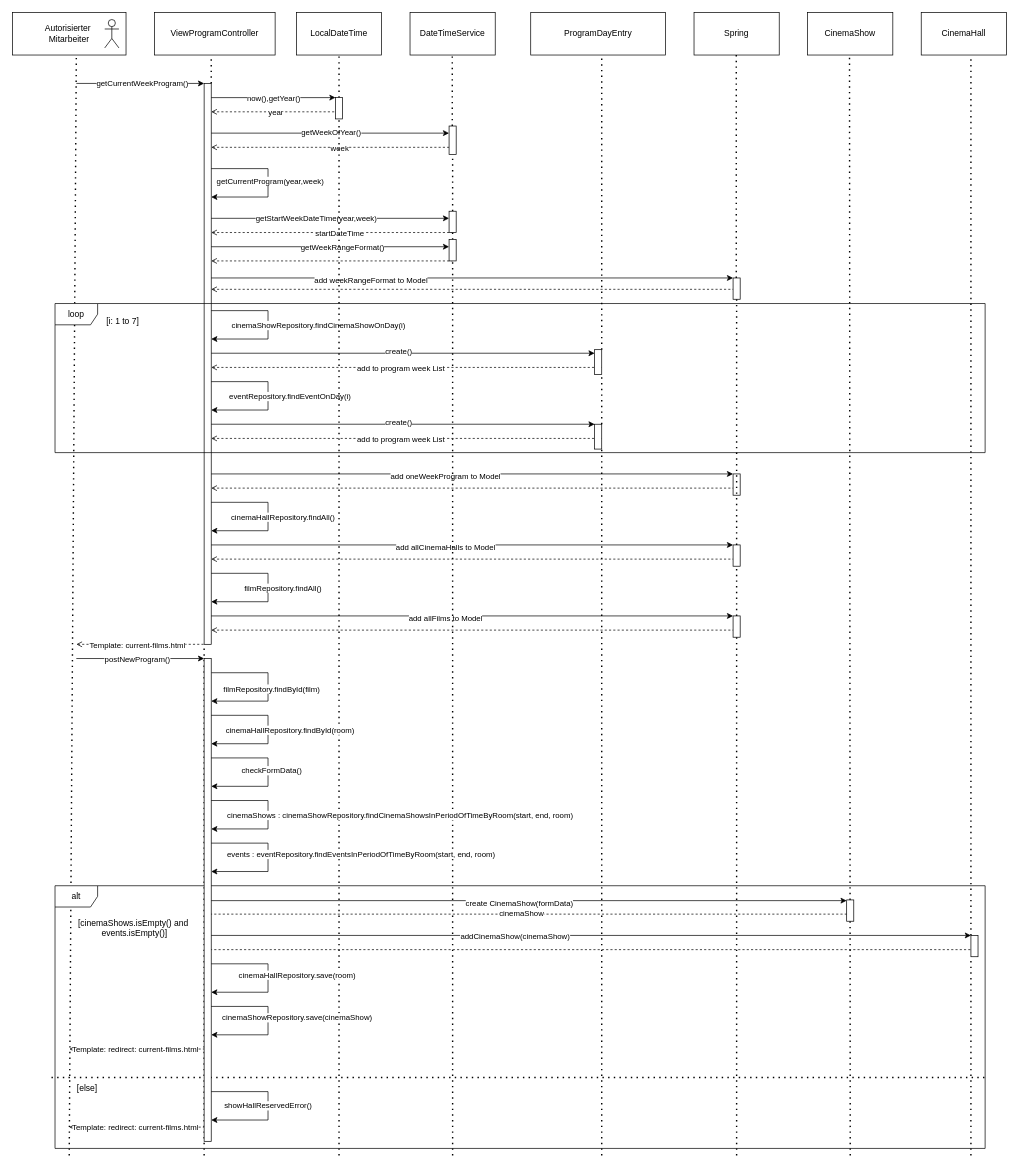
Earlier version of the draw.io diagram src/main/asciidoc/models/design/Verwaltungssystem/verwaltung_sequenz_program.drawio (Leonard0108/Anwendungsprogrammierung). Source tidied: cells renumbered, new cells numbered last; positions are measured from the earlier drawing's top-left corner, leaving out a move shared by most shapes. Both pictures are drawn from the tidied source at 71%, with x=0, y=0 at pixel (12, 12).
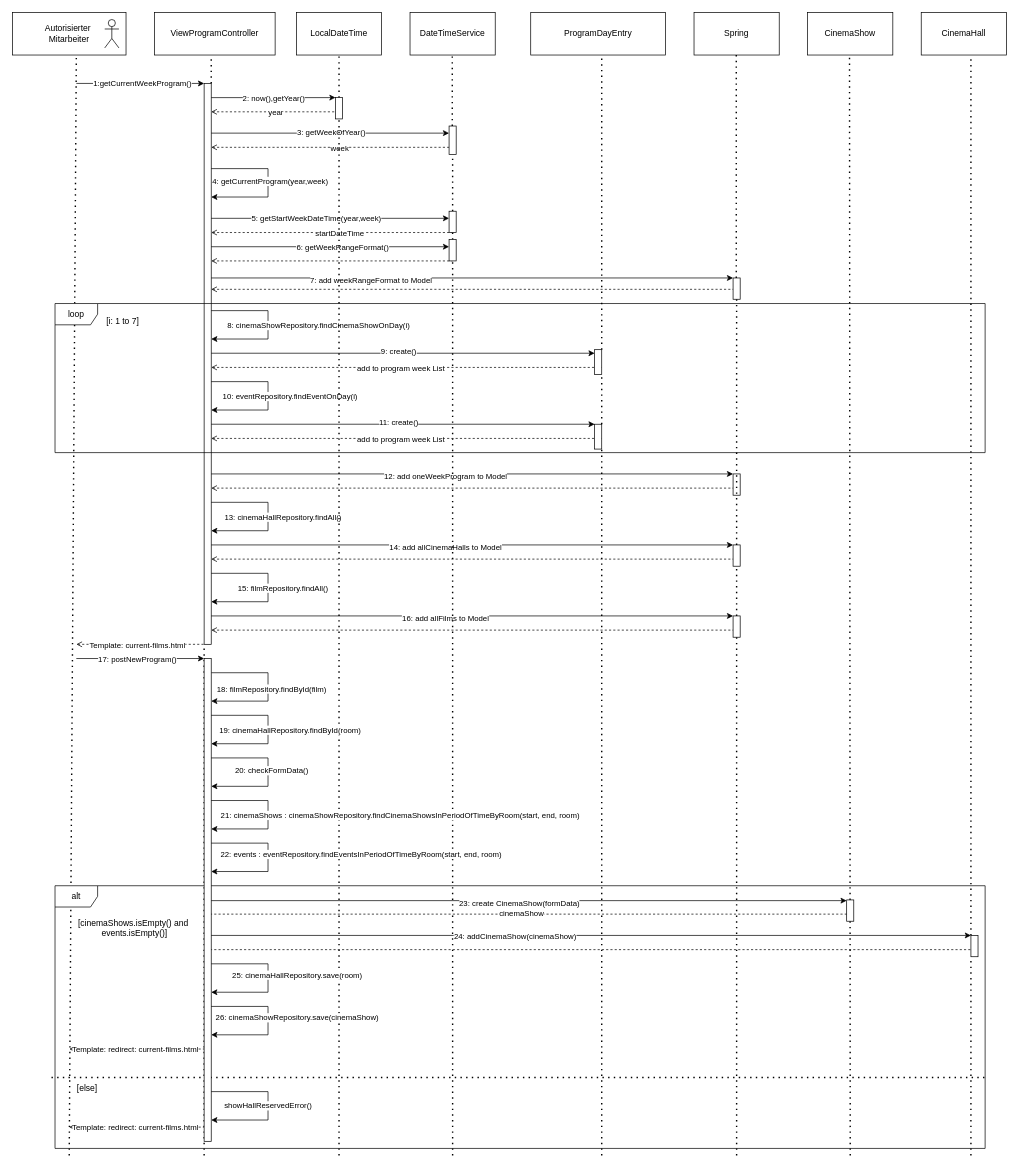
Above is the later version.

Commit message (it also covers changes not shown here):
verwaltungssystem sequenzdiagramme angepasst

Unchanged cells that the change refers to:
```xml
<mxCell id="13" style="endArrow=classic;html=1;rounded=0;" parent="1" edge="1" target="16">
<mxCell id="19" style="endArrow=classic;html=1;rounded=0;" parent="1" edge="1" target="63">
<mxCell id="23" style="endArrow=classic;html=1;rounded=0;" parent="1" edge="1" target="65">
<mxCell id="27" style="endArrow=classic;html=1;rounded=0;" parent="1" edge="1" target="16">
<mxCell id="29" style="endArrow=classic;html=1;rounded=0;" parent="1" edge="1" target="67">
<mxCell id="33" style="endArrow=classic;html=1;rounded=0;" parent="1" edge="1" target="69">
<mxCell id="36" style="endArrow=classic;html=1;rounded=0;" parent="1" edge="1" target="128">
<mxCell id="41" style="endArrow=classic;html=1;rounded=0;" parent="1" edge="1" target="16">
<mxCell id="43" style="endArrow=classic;html=1;rounded=0;" parent="1" edge="1" target="119">
<mxCell id="45" style="endArrow=classic;html=1;rounded=0;" parent="1" edge="1">
<mxCell id="48" style="endArrow=classic;html=1;rounded=0;" parent="1" edge="1">
<mxCell id="50" style="endArrow=classic;html=1;rounded=0;" parent="1" edge="1" target="121">
<mxCell id="53" style="endArrow=classic;html=1;rounded=0;" parent="1" edge="1">
<mxCell id="55" style="endArrow=classic;html=1;rounded=0;" parent="1" edge="1" target="123">
<mxCell id="60" style="endArrow=classic;html=1;rounded=0;" parent="1" edge="1">
<mxCell id="70" style="endArrow=classic;html=1;rounded=0;" parent="1" edge="1" target="116">
<mxCell id="74" style="endArrow=classic;html=1;rounded=0;" parent="1" edge="1" target="118">
<mxCell id="78" style="endArrow=classic;html=1;rounded=0;" parent="1" edge="1" target="114">
<mxCell id="80" style="endArrow=classic;html=1;rounded=0;" parent="1" edge="1" source="114" target="114">
<mxCell id="82" style="endArrow=classic;html=1;rounded=0;" parent="1" edge="1" target="114">
<mxCell id="84" style="endArrow=classic;html=1;rounded=0;" parent="1" edge="1" target="114">
<mxCell id="86" style="endArrow=classic;html=1;rounded=0;" parent="1" edge="1" target="114">
<mxCell id="90" style="endArrow=classic;html=1;rounded=0;" parent="1" edge="1" target="124">
<mxCell id="96" style="endArrow=classic;html=1;rounded=0;" parent="1" edge="1" target="126">
<mxCell id="99" style="endArrow=classic;html=1;rounded=0;" parent="1" edge="1" target="114">
<mxCell id="101" style="endArrow=classic;html=1;rounded=0;" parent="1" edge="1" target="114">
```

Diff of the diagram source:
```diff
@@
-    <mxCell id="14" value="getCurrentWeekProgram()" style="edgeLabel;html=1;align=center;verticalAlign=middle;" parent="13" vertex="1">
+    <mxCell id="14" value="1:getCurrentWeekProgram()" style="edgeLabel;html=1;align=center;verticalAlign=middle;" parent="13" vertex="1">
       <mxGeometry x="0.02" y="1" relative="1" as="geometry" />
     </mxCell>
@@
-    <mxCell id="20" value="now(),getYear()" style="edgeLabel;html=1;align=center;verticalAlign=middle;" parent="19" vertex="1">
+    <mxCell id="20" value="2: now(),getYear()" style="edgeLabel;html=1;align=center;verticalAlign=middle;" parent="19" vertex="1">
       <mxGeometry x="0.22" y="-3" relative="1" as="geometry">
         <mxPoint x="-20" y="-3" as="offset" />
       </mxGeometry>
     </mxCell>
@@
-    <mxCell id="24" value="getWeekOfYear()" style="edgeLabel;html=1;align=center;verticalAlign=middle;" parent="23" vertex="1">
+    <mxCell id="24" value="3: getWeekOfYear()" style="edgeLabel;html=1;align=center;verticalAlign=middle;" parent="23" vertex="1">
       <mxGeometry x="-0.29" y="2" relative="1" as="geometry">
         <mxPoint x="49" as="offset" />
       </mxGeometry>
     </mxCell>
@@
-    <mxCell id="28" value="getCurrentProgram(year,week)" style="edgeLabel;html=1;align=center;verticalAlign=middle;" parent="27" vertex="1">
+    <mxCell id="28" value="4: getCurrentProgram(year,week)" style="edgeLabel;html=1;align=center;verticalAlign=middle;" parent="27" vertex="1">
       <mxGeometry x="-0.03" y="2" relative="1" as="geometry" />
     </mxCell>
@@
-    <mxCell id="30" value="getStartWeekDateTime(year,week)" style="edgeLabel;html=1;align=center;verticalAlign=middle;" parent="29" vertex="1">
+    <mxCell id="30" value="5: getStartWeekDateTime(year,week)" style="edgeLabel;html=1;align=center;verticalAlign=middle;" parent="29" vertex="1">
       <mxGeometry x="-0.12" y="1" relative="1" as="geometry" />
     </mxCell>
@@
-    <mxCell id="34" value="getWeekRangeFormat()" style="edgeLabel;html=1;align=center;verticalAlign=middle;" parent="33" vertex="1">
+    <mxCell id="34" value="6: getWeekRangeFormat()" style="edgeLabel;html=1;align=center;verticalAlign=middle;" parent="33" vertex="1">
       <mxGeometry x="0.1" relative="1" as="geometry" />
     </mxCell>
@@
-    <mxCell id="37" value="add weekRangeFormat to Model" style="edgeLabel;html=1;align=center;verticalAlign=middle;" parent="36" vertex="1">
+    <mxCell id="37" value="7: add weekRangeFormat to Model" style="edgeLabel;html=1;align=center;verticalAlign=middle;" parent="36" vertex="1">
       <mxGeometry x="-0.39" y="-2" relative="1" as="geometry" />
     </mxCell>
@@
-    <mxCell id="42" value="cinemaShowRepository.findCinemaShowOnDay(i)" style="edgeLabel;html=1;align=center;verticalAlign=middle;" parent="41" vertex="1">
+    <mxCell id="42" value="8: cinemaShowRepository.findCinemaShowOnDay(i)" style="edgeLabel;html=1;align=center;verticalAlign=middle;" parent="41" vertex="1">
       <mxGeometry x="0.05" y="-3" relative="1" as="geometry">
         <mxPoint x="73" y="-5" as="offset" />
       </mxGeometry>
     </mxCell>
@@
-    <mxCell id="44" value="add oneWeekProgram to Model" style="edgeLabel;html=1;align=center;verticalAlign=middle;" parent="43" vertex="1">
+    <mxCell id="44" value="12: add oneWeekProgram to Model" style="edgeLabel;html=1;align=center;verticalAlign=middle;" parent="43" vertex="1">
       <mxGeometry x="-0.39" y="-2" relative="1" as="geometry">
         <mxPoint x="105" as="offset" />
       </mxGeometry>
     </mxCell>
@@
-    <mxCell id="46" value="eventRepository.findEventOnDay(i)" style="edgeLabel;html=1;align=center;verticalAlign=middle;" parent="45" vertex="1">
+    <mxCell id="46" value="10: eventRepository.findEventOnDay(i)" style="edgeLabel;html=1;align=center;verticalAlign=middle;" parent="45" vertex="1">
       <mxGeometry x="0.05" y="-3" relative="1" as="geometry">
         <mxPoint x="33" y="-5" as="offset" />
       </mxGeometry>
     </mxCell>
@@
-    <mxCell id="49" value="cinemaHallRepository.findAll()" style="edgeLabel;html=1;align=center;verticalAlign=middle;" parent="48" vertex="1">
+    <mxCell id="49" value="13: cinemaHallRepository.findAll()" style="edgeLabel;html=1;align=center;verticalAlign=middle;" parent="48" vertex="1">
       <mxGeometry x="0.05" y="-3" relative="1" as="geometry">
         <mxPoint x="23" y="-5" as="offset" />
       </mxGeometry>
     </mxCell>
@@
-    <mxCell id="51" value="add allCinemaHalls to Model" style="edgeLabel;html=1;align=center;verticalAlign=middle;" parent="50" vertex="1">
+    <mxCell id="51" value="14: add allCinemaHalls to Model" style="edgeLabel;html=1;align=center;verticalAlign=middle;" parent="50" vertex="1">
       <mxGeometry x="-0.39" y="-2" relative="1" as="geometry">
         <mxPoint x="105" as="offset" />
       </mxGeometry>
     </mxCell>
@@
-    <mxCell id="54" value="filmRepository.findAll()" style="edgeLabel;html=1;align=center;verticalAlign=middle;" parent="53" vertex="1">
+    <mxCell id="54" value="15: filmRepository.findAll()" style="edgeLabel;html=1;align=center;verticalAlign=middle;" parent="53" vertex="1">
       <mxGeometry x="0.05" y="-3" relative="1" as="geometry">
         <mxPoint x="23" y="-5" as="offset" />
       </mxGeometry>
     </mxCell>
@@
-    <mxCell id="56" value="add allFilms to Model" style="edgeLabel;html=1;align=center;verticalAlign=middle;" parent="55" vertex="1">
+    <mxCell id="56" value="16: add allFilms to Model" style="edgeLabel;html=1;align=center;verticalAlign=middle;" parent="55" vertex="1">
       <mxGeometry x="-0.39" y="-2" relative="1" as="geometry">
         <mxPoint x="105" as="offset" />
       </mxGeometry>
     </mxCell>
@@
-    <mxCell id="61" value="postNewProgram()" style="edgeLabel;html=1;align=center;verticalAlign=middle;" parent="60" vertex="1">
+    <mxCell id="61" value="17: postNewProgram()" style="edgeLabel;html=1;align=center;verticalAlign=middle;" parent="60" vertex="1">
       <mxGeometry x="-0.48" relative="1" as="geometry">
         <mxPoint x="38" as="offset" />
       </mxGeometry>
     </mxCell>
@@
-    <mxCell id="71" value="create()" style="edgeLabel;html=1;align=center;verticalAlign=middle;" parent="70" vertex="1">
+    <mxCell id="71" value="9: create()" style="edgeLabel;html=1;align=center;verticalAlign=middle;" parent="70" vertex="1">
       <mxGeometry x="0.31" y="3" relative="1" as="geometry">
         <mxPoint x="-91" as="offset" />
       </mxGeometry>
     </mxCell>
@@
-    <mxCell id="75" value="create()" style="edgeLabel;html=1;align=center;verticalAlign=middle;" parent="74" vertex="1">
+    <mxCell id="75" value="11: create()" style="edgeLabel;html=1;align=center;verticalAlign=middle;" parent="74" vertex="1">
       <mxGeometry x="0.31" y="3" relative="1" as="geometry">
         <mxPoint x="-91" as="offset" />
       </mxGeometry>
     </mxCell>
@@
-    <mxCell id="79" value="checkFormData()" style="edgeLabel;html=1;align=center;verticalAlign=middle;" parent="78" vertex="1">
+    <mxCell id="79" value="20: checkFormData()" style="edgeLabel;html=1;align=center;verticalAlign=middle;" parent="78" vertex="1">
       <mxGeometry x="0.02" y="4" relative="1" as="geometry" />
     </mxCell>
@@
-    <mxCell id="81" value="filmRepository.findById(film)" style="edgeLabel;html=1;align=center;verticalAlign=middle;" parent="80" vertex="1">
+    <mxCell id="81" value="18: filmRepository.findById(film)" style="edgeLabel;html=1;align=center;verticalAlign=middle;" parent="80" vertex="1">
       <mxGeometry x="0.02" y="4" relative="1" as="geometry" />
     </mxCell>
@@
-    <mxCell id="83" value="cinemaHallRepository.findById(room)" style="edgeLabel;html=1;align=center;verticalAlign=middle;" parent="82" vertex="1">
+    <mxCell id="83" value="19: cinemaHallRepository.findById(room)" style="edgeLabel;html=1;align=center;verticalAlign=middle;" parent="82" vertex="1">
       <mxGeometry x="0.02" y="4" relative="1" as="geometry">
         <mxPoint x="26" y="3" as="offset" />
       </mxGeometry>
     </mxCell>
@@
-    <mxCell id="85" value="cinemaShows : cinemaShowRepository.findCinemaShowsInPeriodOfTimeByRoom(start, end, room)" style="edgeLabel;html=1;align=center;verticalAlign=middle;" parent="84" vertex="1">
+    <mxCell id="85" value="21: cinemaShows : cinemaShowRepository.findCinemaShowsInPeriodOfTimeByRoom(start, end, room)" style="edgeLabel;html=1;align=center;verticalAlign=middle;" parent="84" vertex="1">
       <mxGeometry x="0.02" y="4" relative="1" as="geometry">
         <mxPoint x="181" y="3" as="offset" />
       </mxGeometry>
     </mxCell>
@@
-    <mxCell id="87" value="events : eventRepository.findEventsInPeriodOfTimeByRoom(start, end, room)" style="edgeLabel;html=1;align=center;verticalAlign=middle;" parent="86" vertex="1">
+    <mxCell id="87" value="22: events : eventRepository.findEventsInPeriodOfTimeByRoom(start, end, room)" style="edgeLabel;html=1;align=center;verticalAlign=middle;" parent="86" vertex="1">
       <mxGeometry x="0.02" y="4" relative="1" as="geometry">
         <mxPoint x="126" y="-2" as="offset" />
       </mxGeometry>
     </mxCell>
@@
-    <mxCell id="91" value="create CinemaShow(formData)" style="edgeLabel;html=1;align=center;verticalAlign=middle;" parent="90" vertex="1">
+    <mxCell id="91" value="23: create CinemaShow(formData)" style="edgeLabel;html=1;align=center;verticalAlign=middle;" parent="90" vertex="1">
       <mxGeometry x="-0.02" y="-3" relative="1" as="geometry" />
     </mxCell>
@@
-    <mxCell id="97" value="addCinemaShow(cinemaShow)" style="edgeLabel;html=1;align=center;verticalAlign=middle;" parent="96" vertex="1">
+    <mxCell id="97" value="24: addCinemaShow(cinemaShow)" style="edgeLabel;html=1;align=center;verticalAlign=middle;" parent="96" vertex="1">
       <mxGeometry x="-0.19" y="-4" relative="1" as="geometry">
         <mxPoint y="-4" as="offset" />
       </mxGeometry>
     </mxCell>
@@
-    <mxCell id="100" value="cinemaHallRepository.save(room)" style="edgeLabel;html=1;align=center;verticalAlign=middle;" parent="99" vertex="1">
+    <mxCell id="100" value="25: cinemaHallRepository.save(room)" style="edgeLabel;html=1;align=center;verticalAlign=middle;" parent="99" vertex="1">
       <mxGeometry x="0.02" y="4" relative="1" as="geometry">
         <mxPoint x="36" y="-2" as="offset" />
       </mxGeometry>
     </mxCell>
@@
-    <mxCell id="102" value="cinemaShowRepository.save(cinemaShow)" style="edgeLabel;html=1;align=center;verticalAlign=middle;" parent="101" vertex="1">
+    <mxCell id="102" value="26: cinemaShowRepository.save(cinemaShow)" style="edgeLabel;html=1;align=center;verticalAlign=middle;" parent="101" vertex="1">
       <mxGeometry x="0.02" y="4" relative="1" as="geometry">
         <mxPoint x="36" y="-2" as="offset" />
       </mxGeometry>
     </mxCell>
```
